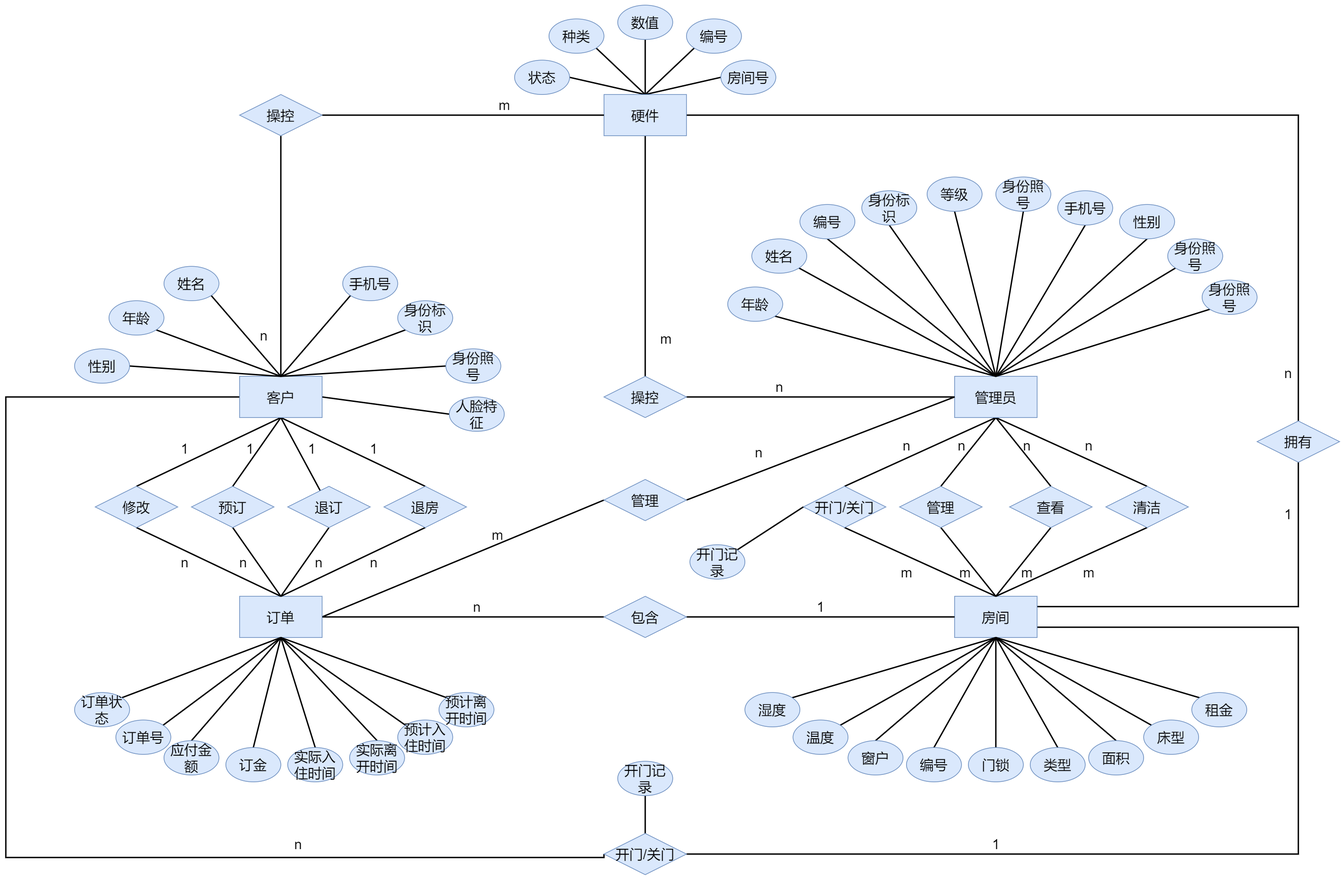
Earlier version of the draw.io export docs/src/E-R图.png (AndSonder/smart-hotel-database). Source tidied: cells renumbered, new cells last; positions are measured from the earlier drawing's top-left corner, leaving out a move shared by most shapes.
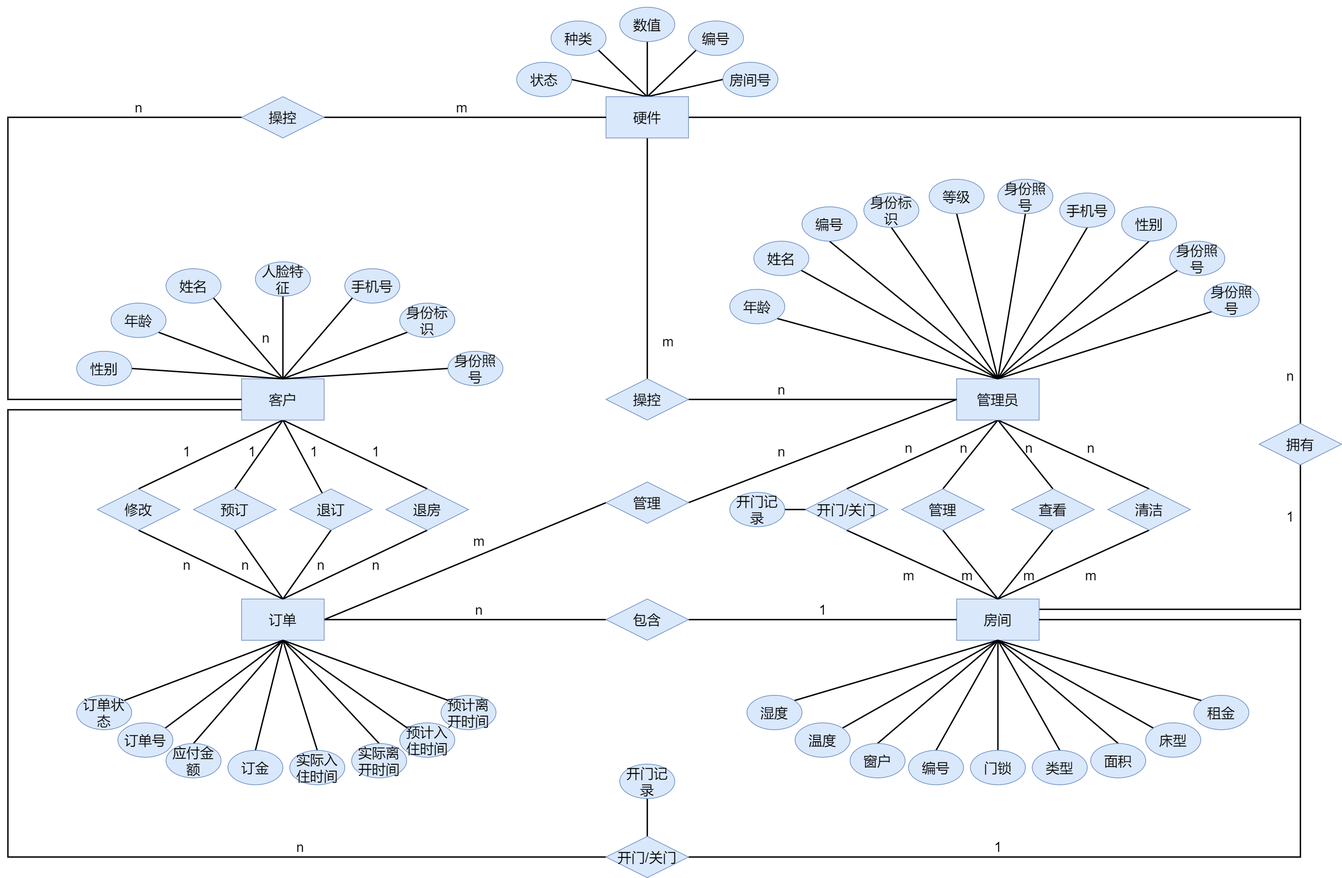
Above is the later version.

Diff of the diagram source:
```diff
@@ -11,22 +11,10 @@
     <mxCell id="4" style="edgeStyle=none;rounded=0;jettySize=auto;html=1;exitX=0.5;exitY=1;exitDx=0;exitDy=0;entryX=0.5;entryY=0;entryDx=0;entryDy=0;startArrow=none;startFill=0;endArrow=none;endFill=0;strokeWidth=2;fontSize=20;" parent="1" edge="1" source="9" target="28">
       <mxGeometry relative="1" as="geometry" />
     </mxCell>
-    <mxCell id="5" style="edgeStyle=none;rounded=0;jettySize=auto;html=1;exitX=0.5;exitY=0;exitDx=0;exitDy=0;entryX=0.5;entryY=1;entryDx=0;entryDy=0;fontSize=20;startArrow=none;startFill=0;endArrow=none;endFill=0;strokeWidth=2;" parent="1" edge="1" source="9" target="53">
-      <mxGeometry relative="1" as="geometry" />
-    </mxCell>
     <mxCell id="6" style="edgeStyle=none;rounded=0;jettySize=auto;html=1;exitX=0.5;exitY=1;exitDx=0;exitDy=0;entryX=0.5;entryY=0;entryDx=0;entryDy=0;fontSize=20;startArrow=none;startFill=0;endArrow=none;endFill=0;strokeWidth=2;" parent="1" edge="1" source="9" target="60">
       <mxGeometry relative="1" as="geometry" />
     </mxCell>
-    <mxCell id="7" style="edgeStyle=orthogonalEdgeStyle;rounded=0;jettySize=auto;html=1;exitX=0;exitY=0.5;exitDx=0;exitDy=0;entryX=0;entryY=0.5;entryDx=0;entryDy=0;fontSize=20;startArrow=none;startFill=0;endArrow=none;endFill=0;strokeWidth=2;" parent="1" edge="1" source="9" target="73">
-      <mxGeometry relative="1" as="geometry">
-        <Array as="points">
-          <mxPoint y="570" />
-          <mxPoint y="1240" />
-          <mxPoint x="870" y="1240" />
-        </Array>
-      </mxGeometry>
-    </mxCell>
-    <mxCell id="8" style="edgeStyle=none;rounded=0;jettySize=auto;html=1;exitX=1;exitY=0.5;exitDx=0;exitDy=0;entryX=0;entryY=0.5;entryDx=0;entryDy=0;fontSize=20;startArrow=none;startFill=0;endArrow=none;endFill=0;strokeWidth=2;" parent="1" edge="1" source="9" target="159">
+    <mxCell id="8" style="edgeStyle=orthogonalEdgeStyle;rounded=0;jettySize=auto;html=1;entryX=0.5;entryY=1;entryDx=0;entryDy=0;endArrow=none;endFill=0;strokeWidth=2;" parent="1" edge="1" source="9" target="159">
       <mxGeometry relative="1" as="geometry" />
     </mxCell>
     <mxCell id="9" value="客户" style="rounded=0;whiteSpace=wrap;html=1;fillColor=#dae8fc;strokeColor=#6c8ebf;fontSize=20;" parent="1" vertex="1">
@@ -59,14 +47,6 @@
     <mxCell id="18" style="edgeStyle=orthogonalEdgeStyle;rounded=0;jettySize=auto;html=1;exitX=1;exitY=0.25;exitDx=0;exitDy=0;entryX=0.5;entryY=1;entryDx=0;entryDy=0;fontSize=20;startArrow=none;startFill=0;endArrow=none;endFill=0;strokeWidth=2;" parent="1" edge="1" source="20" target="47">
       <mxGeometry relative="1" as="geometry" />
     </mxCell>
-    <mxCell id="19" style="edgeStyle=orthogonalEdgeStyle;rounded=0;jettySize=auto;html=1;exitX=1;exitY=0.75;exitDx=0;exitDy=0;entryX=1;entryY=0.5;entryDx=0;entryDy=0;fontSize=20;startArrow=none;startFill=0;endArrow=none;endFill=0;strokeWidth=2;" parent="1" edge="1" source="20" target="73">
-      <mxGeometry relative="1" as="geometry">
-        <Array as="points">
-          <mxPoint x="1880" y="905" />
-          <mxPoint x="1880" y="1235" />
-        </Array>
-      </mxGeometry>
-    </mxCell>
     <mxCell id="20" value="房间" style="rounded=0;whiteSpace=wrap;html=1;fillColor=#dae8fc;strokeColor=#6c8ebf;fontSize=20;" parent="1" vertex="1">
       <mxGeometry x="1380" y="860" width="120" height="60" as="geometry" />
     </mxCell>
@@ -97,10 +77,10 @@
       <mxGeometry x="550" y="700" width="120" height="60" as="geometry" />
     </mxCell>
     <mxCell id="29" value="n" style="text;html=1;align=center;verticalAlign=middle;strokeColor=none;fontSize=20;" parent="1" vertex="1">
-      <mxGeometry x="1080" y="635" width="30" height="30" as="geometry" />
+      <mxGeometry x="1110" y="630" width="30" height="30" as="geometry" />
     </mxCell>
     <mxCell id="30" value="m" style="text;html=1;align=center;verticalAlign=middle;strokeColor=none;fontSize=20;" parent="1" vertex="1">
-      <mxGeometry x="700" y="755" width="30" height="30" as="geometry" />
+      <mxGeometry x="670" y="760" width="30" height="30" as="geometry" />
     </mxCell>
     <mxCell id="31" style="edgeStyle=none;rounded=0;jettySize=auto;html=1;exitX=0.5;exitY=1;exitDx=0;exitDy=0;entryX=0.5;entryY=0;entryDx=0;entryDy=0;fontSize=20;startArrow=none;startFill=0;endArrow=none;endFill=0;strokeWidth=2;" parent="1" edge="1" source="32" target="20">
       <mxGeometry relative="1" as="geometry" />
@@ -173,6 +153,14 @@
     <mxCell id="52" style="edgeStyle=none;rounded=0;jettySize=auto;html=1;exitX=1;exitY=0.5;exitDx=0;exitDy=0;fontSize=20;startArrow=none;startFill=0;endArrow=none;endFill=0;strokeWidth=2;" parent="1" edge="1" source="53" target="40">
       <mxGeometry relative="1" as="geometry" />
     </mxCell>
+    <mxCell id="160" style="edgeStyle=orthogonalEdgeStyle;rounded=0;jettySize=auto;html=1;exitX=0;exitY=0.5;exitDx=0;exitDy=0;entryX=0;entryY=0.5;entryDx=0;entryDy=0;endArrow=none;endFill=0;strokeWidth=2;" parent="1" edge="1" source="53" target="9">
+      <mxGeometry relative="1" as="geometry">
+        <Array as="points">
+          <mxPoint y="160" />
+          <mxPoint y="570" />
+        </Array>
+      </mxGeometry>
+    </mxCell>
     <mxCell id="53" value="操控" style="rhombus;whiteSpace=wrap;html=1;fillColor=#dae8fc;strokeColor=#6c8ebf;fontSize=20;" parent="1" vertex="1">
       <mxGeometry x="340" y="130" width="120" height="60" as="geometry" />
     </mxCell>
@@ -180,7 +168,7 @@
       <mxGeometry x="360" y="465" width="30" height="30" as="geometry" />
     </mxCell>
     <mxCell id="55" value="m" style="text;html=1;align=center;verticalAlign=middle;strokeColor=none;fontSize=20;" parent="1" vertex="1">
-      <mxGeometry x="710" y="130" width="30" height="30" as="geometry" />
+      <mxGeometry x="645" y="130" width="30" height="30" as="geometry" />
     </mxCell>
     <mxCell id="56" value="n" style="text;html=1;align=center;verticalAlign=middle;strokeColor=none;fontSize=20;" parent="1" vertex="1">
       <mxGeometry x="1110" y="540" width="30" height="30" as="geometry" />
@@ -233,6 +221,22 @@
     <mxCell id="72" style="edgeStyle=none;rounded=0;jettySize=auto;html=1;exitX=0.5;exitY=0;exitDx=0;exitDy=0;entryX=0.5;entryY=1;entryDx=0;entryDy=0;fontSize=20;startArrow=none;startFill=0;endArrow=none;endFill=0;strokeWidth=2;" parent="1" edge="1" source="73" target="154">
       <mxGeometry relative="1" as="geometry" />
     </mxCell>
+    <mxCell id="161" style="edgeStyle=orthogonalEdgeStyle;rounded=0;jettySize=auto;html=1;exitX=0;exitY=0.5;exitDx=0;exitDy=0;entryX=0;entryY=0.75;entryDx=0;entryDy=0;strokeWidth=2;endArrow=none;endFill=0;" parent="1" edge="1" source="73" target="9">
+      <mxGeometry relative="1" as="geometry">
+        <Array as="points">
+          <mxPoint y="1235" />
+          <mxPoint y="585" />
+        </Array>
+      </mxGeometry>
+    </mxCell>
+    <mxCell id="162" style="edgeStyle=orthogonalEdgeStyle;rounded=0;jettySize=auto;html=1;exitX=1;exitY=0.5;exitDx=0;exitDy=0;entryX=1;entryY=0.5;entryDx=0;entryDy=0;endArrow=none;endFill=0;strokeWidth=2;" parent="1" edge="1" source="73" target="20">
+      <mxGeometry relative="1" as="geometry">
+        <Array as="points">
+          <mxPoint x="1880" y="1235" />
+          <mxPoint x="1880" y="890" />
+        </Array>
+      </mxGeometry>
+    </mxCell>
     <mxCell id="73" value="开门/关门" style="rhombus;whiteSpace=wrap;html=1;fillColor=#dae8fc;strokeColor=#6c8ebf;fontSize=20;" parent="1" vertex="1">
       <mxGeometry x="870" y="1205" width="120" height="60" as="geometry" />
     </mxCell>
@@ -470,11 +474,11 @@
     <mxCell id="151" value="租金" style="ellipse;whiteSpace=wrap;html=1;fontSize=20;fillColor=#dae8fc;strokeColor=#6c8ebf;" parent="1" vertex="1">
       <mxGeometry x="1725" y="1000" width="80" height="50" as="geometry" />
     </mxCell>
-    <mxCell id="152" style="edgeStyle=none;rounded=0;jettySize=auto;html=1;exitX=1;exitY=0;exitDx=0;exitDy=0;entryX=0;entryY=0.5;entryDx=0;entryDy=0;fontSize=20;startArrow=none;startFill=0;endArrow=none;endFill=0;strokeWidth=2;" parent="1" edge="1" source="153" target="42">
+    <mxCell id="152" style="edgeStyle=orthogonalEdgeStyle;rounded=0;jettySize=auto;html=1;exitX=1;exitY=0.5;exitDx=0;exitDy=0;entryX=0;entryY=0.5;entryDx=0;entryDy=0;endArrow=none;endFill=0;strokeWidth=2;" parent="1" edge="1" source="153" target="42">
       <mxGeometry relative="1" as="geometry" />
     </mxCell>
     <mxCell id="153" value="开门记录" style="ellipse;whiteSpace=wrap;html=1;fontSize=20;fillColor=#dae8fc;strokeColor=#6c8ebf;" parent="1" vertex="1">
-      <mxGeometry x="995" y="785" width="80" height="50" as="geometry" />
+      <mxGeometry x="1050" y="705" width="80" height="50" as="geometry" />
     </mxCell>
     <mxCell id="154" value="开门记录" style="ellipse;whiteSpace=wrap;html=1;fontSize=20;fillColor=#dae8fc;strokeColor=#6c8ebf;" parent="1" vertex="1">
       <mxGeometry x="890" y="1100" width="80" height="50" as="geometry" />
@@ -491,8 +495,11 @@
     <mxCell id="158" value="身份照号" style="ellipse;whiteSpace=wrap;html=1;fontSize=20;fillColor=#dae8fc;strokeColor=#6c8ebf;" parent="1" vertex="1">
       <mxGeometry x="1440" y="250" width="80" height="50" as="geometry" />
     </mxCell>
+    <mxCell id="163" value="&lt;font style=&quot;font-size: 20px&quot;&gt;n&lt;/font&gt;" style="text;html=1;align=center;verticalAlign=middle;strokeColor=none;" parent="1" vertex="1">
+      <mxGeometry x="175" y="135" width="30" height="20" as="geometry" />
+    </mxCell>
     <mxCell id="159" value="人脸特征" style="ellipse;whiteSpace=wrap;html=1;fontSize=20;fillColor=#dae8fc;strokeColor=#6c8ebf;" parent="1" vertex="1">
-      <mxGeometry x="645" y="570" width="80" height="50" as="geometry" />
+      <mxGeometry x="360" y="370" width="80" height="50" as="geometry" />
     </mxCell>
   </root>
 </mxGraphModel>
```
